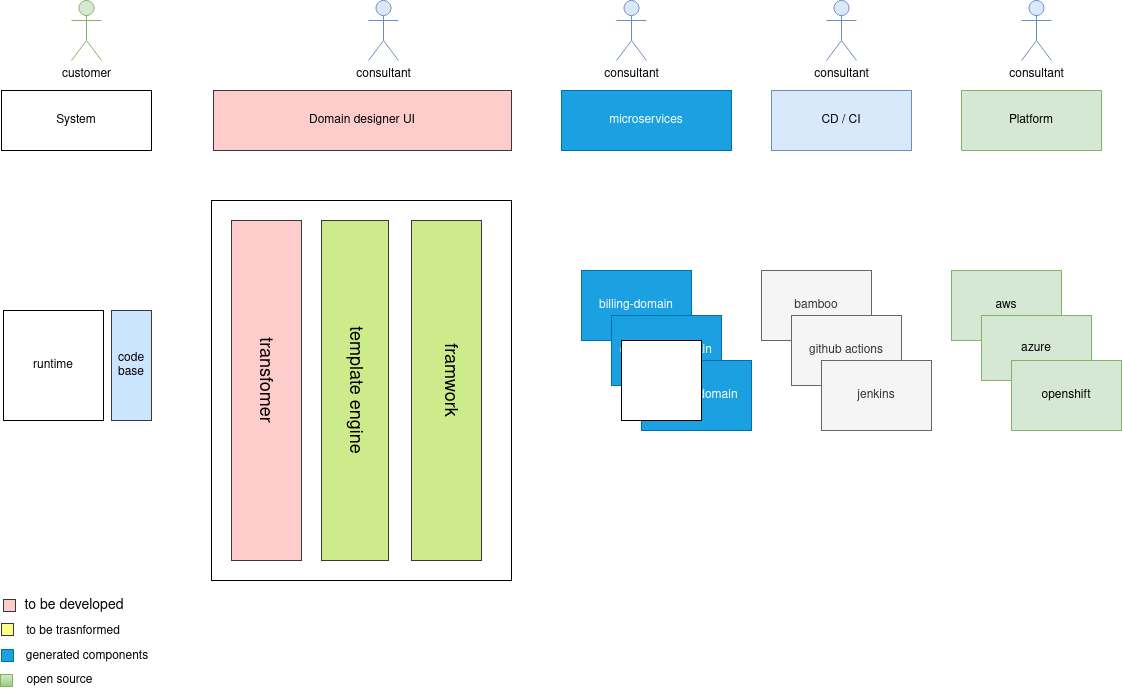
gunnarro/gunnarro-web keeps this draw.io diagram as src/main/resources/static/images/system-generation-overview.drawio.png. Above is the earlier version. Source tidied: cells renumbered, new cells last; positions are measured from the earlier drawing's top-left corner, leaving out a move shared by most shapes.
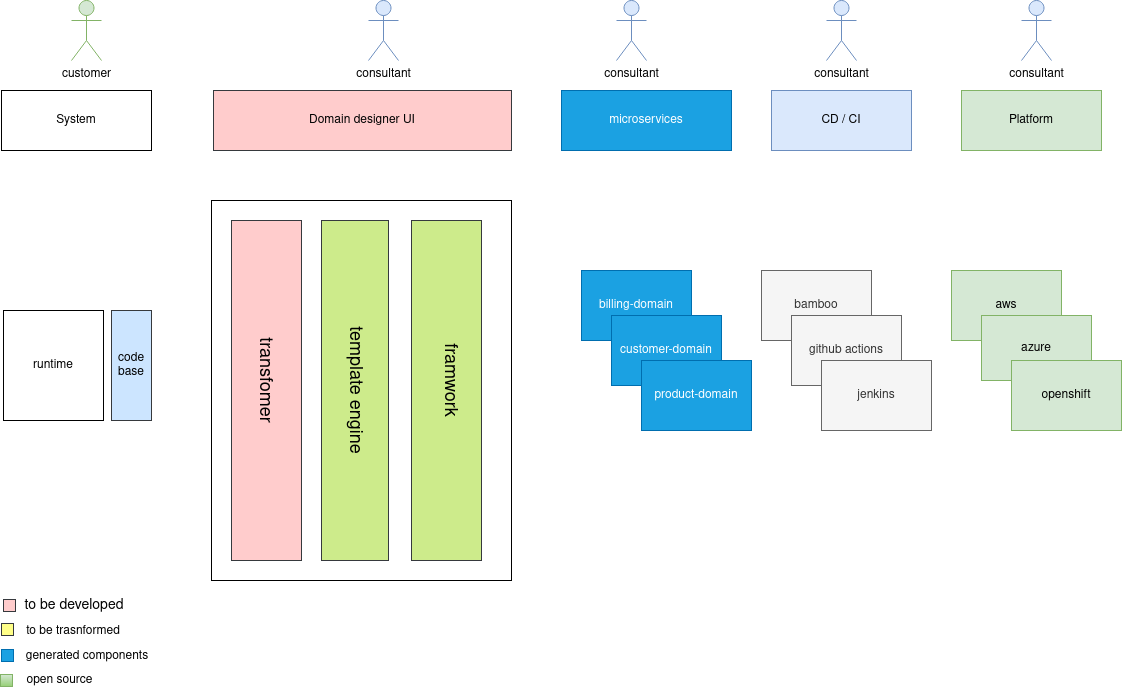
After the change.

The edit, as a diff of the source:
```diff
@@ -104,9 +104,6 @@
     <mxCell id="35" value="generated components" style="text;html=1;strokeColor=none;fillColor=none;align=center;verticalAlign=middle;whiteSpace=wrap;rounded=0;" parent="1" vertex="1">
       <mxGeometry x="22" y="641" width="130" height="30" as="geometry" />
     </mxCell>
-    <mxCell id="36" style="whiteSpace=wrap;html=1;" parent="1" vertex="1">
-      <mxGeometry x="621" y="340" width="80" height="80" as="geometry" />
-    </mxCell>
     <mxCell id="37" style="whiteSpace=wrap;html=1;fillColor=#d5e8d4;gradientColor=#97d077;strokeColor=#82b366;" parent="1" vertex="1">
       <mxGeometry y="674" width="12" height="12" as="geometry" />
     </mxCell>
```
